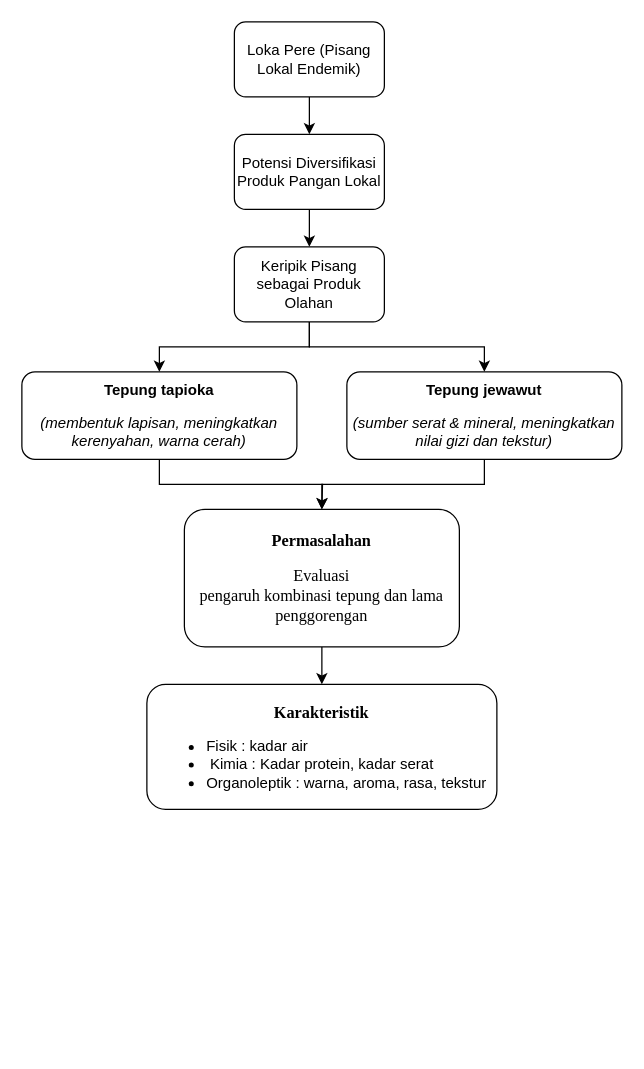
The draw.io diagram page "Page-3" (3 of 3) of Diagram Tanpa Judul.drawio in NayaRPL/bebas, before the edit. Source tidied: cells renumbered, new cells numbered last; positions are measured from the earlier drawing's top-left corner, leaving out a move shared by most shapes. Both pictures are drawn from the tidied source at 125%, with x=0, y=0 at pixel (21, 21).
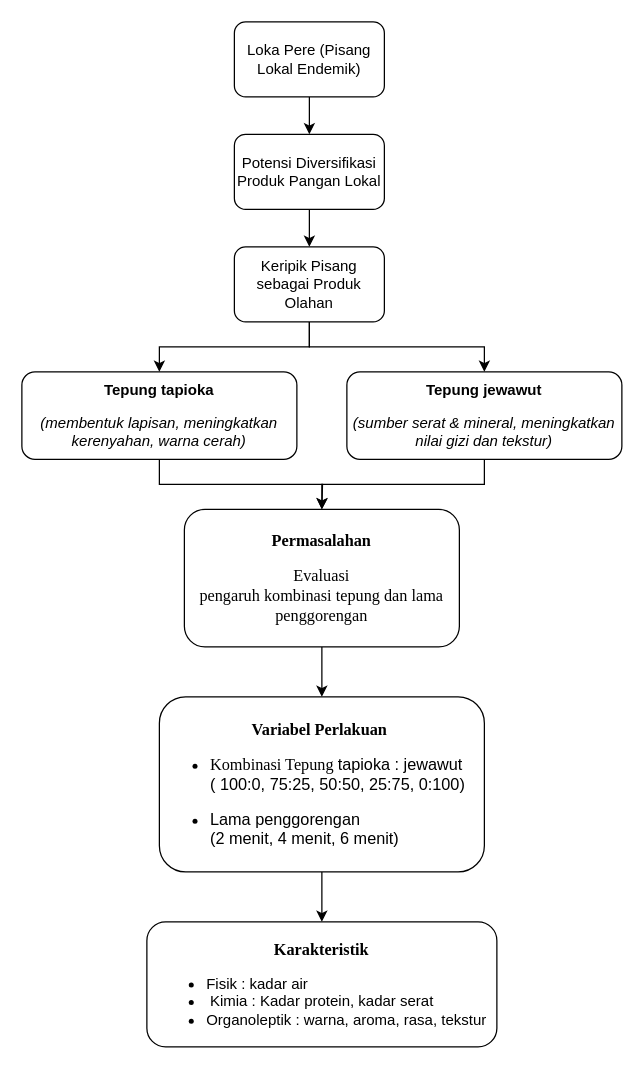
The same page after the edit.

Change to the diagram source:
```diff
@@
 <mxGraphModel>
   <root>
     <mxCell id="0" />
     <mxCell id="1" parent="0" />
     <mxCell id="2" style="edgeStyle=orthogonalEdgeStyle;rounded=0;jettySize=auto;html=1;exitX=0.5;exitY=1;exitDx=0;exitDy=0;entryX=0.5;entryY=0;entryDx=0;entryDy=0;" parent="1" edge="1" source="3" target="5">
       <mxGeometry relative="1" as="geometry" />
     </mxCell>
     <mxCell id="3" value="Loka Pere (Pisang Lokal Endemik)" style="rounded=1;whiteSpace=wrap;html=1;" parent="1" vertex="1">
       <mxGeometry x="170" width="120" height="60" as="geometry" />
     </mxCell>
     <mxCell id="4" style="edgeStyle=orthogonalEdgeStyle;rounded=0;jettySize=auto;html=1;exitX=0.5;exitY=1;exitDx=0;exitDy=0;entryX=0.5;entryY=0;entryDx=0;entryDy=0;" parent="1" edge="1" source="5" target="8">
       <mxGeometry relative="1" as="geometry" />
     </mxCell>
     <mxCell id="5" value="Potensi Diversifikasi Produk Pangan Lokal" style="rounded=1;whiteSpace=wrap;html=1;" parent="1" vertex="1">
       <mxGeometry x="170" y="90" width="120" height="60" as="geometry" />
     </mxCell>
     <mxCell id="6" style="edgeStyle=orthogonalEdgeStyle;rounded=0;jettySize=auto;html=1;exitX=0.5;exitY=1;exitDx=0;exitDy=0;" parent="1" edge="1" source="8" target="10">
       <mxGeometry relative="1" as="geometry" />
     </mxCell>
     <mxCell id="7" style="edgeStyle=orthogonalEdgeStyle;rounded=0;jettySize=auto;html=1;exitX=0.5;exitY=1;exitDx=0;exitDy=0;" parent="1" edge="1" source="8" target="14">
       <mxGeometry relative="1" as="geometry" />
     </mxCell>
     <mxCell id="8" value="&lt;p&gt;&lt;span&gt;Keripik Pisang sebagai Produk Olahan&lt;/span&gt;&lt;/p&gt;" style="rounded=1;whiteSpace=wrap;html=1;" parent="1" vertex="1">
       <mxGeometry x="170" y="180" width="120" height="60" as="geometry" />
     </mxCell>
     <mxCell id="9" style="edgeStyle=orthogonalEdgeStyle;rounded=0;jettySize=auto;html=1;exitX=0.5;exitY=1;exitDx=0;exitDy=0;" parent="1" edge="1" source="10">
       <mxGeometry relative="1" as="geometry">
         <mxPoint x="240" y="390" as="targetPoint" />
       </mxGeometry>
     </mxCell>
     <mxCell id="10" value="&lt;p&gt;&lt;b&gt;Tepung tapioka&lt;/b&gt;&lt;/p&gt;&lt;p&gt;&lt;em&gt;(membentuk lapisan, meningkatkan kerenyahan, warna cerah)&lt;/em&gt;&lt;/p&gt;" style="rounded=1;whiteSpace=wrap;html=1;" parent="1" vertex="1">
       <mxGeometry y="280" width="220" height="70" as="geometry" />
     </mxCell>
-    <mxCell id="11" style="edgeStyle=orthogonalEdgeStyle;rounded=0;jettySize=auto;html=1;exitX=0.5;exitY=1;exitDx=0;exitDy=0;entryX=0.5;entryY=0;entryDx=0;entryDy=0;" parent="1" edge="1" source="12" target="15">
-      <mxGeometry relative="1" as="geometry" />
-    </mxCell>
+    <mxCell id="16" style="edgeStyle=orthogonalEdgeStyle;rounded=0;jettySize=auto;html=1;exitX=0.5;exitY=1;exitDx=0;exitDy=0;entryX=0.5;entryY=0;entryDx=0;entryDy=0;" parent="1" edge="1" source="12" target="18">
+      <mxGeometry relative="1" as="geometry" />
+    </mxCell>
     <mxCell id="12" value="&lt;p class=&quot;MsoNormal&quot; align=&quot;center&quot; style=&quot;line-height: normal;&quot;&gt;&lt;span lang=&quot;IN&quot; style=&quot;font-family: &amp;quot;Times New Roman&amp;quot;, serif;&quot;&gt;&lt;font style=&quot;font-size: 13px;&quot;&gt;&lt;b&gt;Permasalahan&lt;/b&gt;&lt;/font&gt;&lt;/span&gt;&lt;/p&gt;&lt;p class=&quot;MsoNormal&quot; align=&quot;center&quot; style=&quot;line-height: normal;&quot;&gt;&lt;span lang=&quot;IN&quot; style=&quot;font-family: &amp;quot;Times New Roman&amp;quot;, serif;&quot;&gt;&lt;font style=&quot;font-size: 13px;&quot;&gt;Evaluasi&lt;br&gt;pengaruh kombinasi tepung dan lama penggorengan&lt;/font&gt;&lt;/span&gt;&lt;/p&gt;" style="rounded=1;whiteSpace=wrap;html=1;" parent="1" vertex="1">
       <mxGeometry x="130" y="390" width="220" height="110" as="geometry" />
     </mxCell>
     <mxCell id="13" style="edgeStyle=orthogonalEdgeStyle;rounded=0;jettySize=auto;html=1;exitX=0.5;exitY=1;exitDx=0;exitDy=0;entryX=0.5;entryY=0;entryDx=0;entryDy=0;" parent="1" edge="1" source="14" target="12">
       <mxGeometry relative="1" as="geometry" />
     </mxCell>
     <mxCell id="14" value="&lt;p&gt;&lt;b&gt;Tepung jewawut&lt;/b&gt;&lt;/p&gt;&lt;p&gt;&lt;em&gt;(sumber serat &amp;amp; mineral, meningkatkan nilai gizi dan tekstur)&lt;/em&gt;&lt;/p&gt;" style="rounded=1;whiteSpace=wrap;html=1;" parent="1" vertex="1">
       <mxGeometry x="260" y="280" width="220" height="70" as="geometry" />
     </mxCell>
     <mxCell id="15" value="&lt;p class=&quot;MsoNormal&quot; align=&quot;center&quot; style=&quot;line-height: normal;&quot;&gt;&lt;span lang=&quot;IN&quot; style=&quot;font-family: &amp;quot;Times New Roman&amp;quot;, serif;&quot;&gt;&lt;font style=&quot;font-size: 13px;&quot;&gt;&lt;b&gt;Karakteristik&lt;/b&gt;&lt;/font&gt;&lt;/span&gt;&lt;/p&gt;&lt;p class=&quot;MsoListParagraph&quot; style=&quot;margin-bottom:0cm;text-indent:-18.0pt;&amp;lt;br/&amp;gt;line-height:normal;mso-list:l0 level1 lfo1&quot;&gt;&lt;/p&gt;&lt;ul&gt;&lt;li style=&quot;text-align: left;&quot;&gt;&lt;span style=&quot;text-indent: -18pt; background-color: transparent; color: light-dark(rgb(0, 0, 0), rgb(255, 255, 255));&quot;&gt;Fisik : kadar air&lt;/span&gt;&lt;/li&gt;&lt;li style=&quot;text-align: left;&quot;&gt;&lt;span lang=&quot;IN&quot; style=&quot;text-indent: -18pt; background-color: transparent; color: light-dark(rgb(0, 0, 0), rgb(255, 255, 255)); font-family: Symbol;&quot;&gt;&lt;span style=&quot;font-variant-numeric: normal; font-variant-east-asian: normal; font-variant-alternates: normal; font-size-adjust: none; font-language-override: normal; font-kerning: auto; font-optical-sizing: auto; font-feature-settings: normal; font-variation-settings: normal; font-variant-position: normal; font-variant-emoji: normal; font-stretch: normal; line-height: normal; font-family: &amp;quot;Times New Roman&amp;quot;;&quot;&gt;&amp;nbsp;&lt;/span&gt;&lt;/span&gt;&lt;span lang=&quot;IN&quot; style=&quot;text-indent: -18pt; background-color: transparent; color: light-dark(rgb(0, 0, 0), rgb(255, 255, 255));&quot;&gt;Kimia : Kadar protein, kadar serat&lt;/span&gt;&lt;/li&gt;&lt;li style=&quot;text-align: left;&quot;&gt;&lt;span lang=&quot;IN&quot; style=&quot;text-indent: -18pt; background-color: transparent; color: light-dark(rgb(0, 0, 0), rgb(255, 255, 255));&quot;&gt;Organoleptik : warna, aroma, rasa, tekstur&lt;/span&gt;&lt;/li&gt;&lt;/ul&gt;&lt;p&gt;&lt;/p&gt;&lt;p class=&quot;MsoListParagraph&quot; style=&quot;margin-bottom:0cm;text-indent:-18.0pt;&amp;lt;br/&amp;gt;line-height:normal;mso-list:l0 level1 lfo1&quot;&gt;&lt;font&gt;&lt;span lang=&quot;IN&quot; style=&quot;&quot;&gt;&lt;/span&gt;&lt;/font&gt;&lt;/p&gt;&lt;p class=&quot;MsoListParagraph&quot; style=&quot;margin-bottom:0cm;text-indent:-18.0pt;&amp;lt;br/&amp;gt;line-height:normal;mso-list:l0 level1 lfo1&quot;&gt;&lt;font&gt;&lt;span lang=&quot;IN&quot; style=&quot;&quot;&gt;&lt;/span&gt;&lt;/font&gt;&lt;/p&gt;" style="rounded=1;whiteSpace=wrap;html=1;" parent="1" vertex="1">
-      <mxGeometry x="100" y="530" width="280" height="100" as="geometry" />
+      <mxGeometry x="100" y="720" width="280" height="100" as="geometry" />
     </mxCell>
+    <mxCell id="17" style="edgeStyle=orthogonalEdgeStyle;rounded=0;jettySize=auto;html=1;exitX=0.5;exitY=1;exitDx=0;exitDy=0;entryX=0.5;entryY=0;entryDx=0;entryDy=0;" parent="1" edge="1" source="18" target="15">
+      <mxGeometry relative="1" as="geometry" />
+    </mxCell>
+    <mxCell id="18" value="&lt;p class=&quot;MsoNormal&quot; align=&quot;center&quot; style=&quot;line-height: normal;&quot;&gt;&lt;font face=&quot;Times New Roman, serif&quot;&gt;&lt;span style=&quot;font-size: 13px;&quot;&gt;&lt;b&gt;Variabel Perlakuan&amp;nbsp;&lt;/b&gt;&lt;/span&gt;&lt;/font&gt;&lt;/p&gt;&lt;p class=&quot;MsoNormal&quot; align=&quot;center&quot; style=&quot;line-height: normal;&quot;&gt;&lt;/p&gt;&lt;ul&gt;&lt;li style=&quot;text-align: left;&quot;&gt;&lt;font style=&quot;font-size: 13px;&quot;&gt;&lt;font face=&quot;Times New Roman, serif&quot; style=&quot;&quot;&gt;Kombinasi Tepung&amp;nbsp;&lt;/font&gt;&lt;span style=&quot;background-color: transparent; color: light-dark(rgb(0, 0, 0), rgb(255, 255, 255));&quot;&gt;tapioka : jewawut (&amp;nbsp;&lt;/span&gt;&lt;/font&gt;&lt;span style=&quot;font-size: 13px;&quot;&gt;100:0, 75:25, 50:50, 25:75, 0:100)&lt;/span&gt;&lt;/li&gt;&lt;/ul&gt;&lt;p class=&quot;MsoNormal&quot; style=&quot;line-height: normal;&quot;&gt;&lt;/p&gt;&lt;ul&gt;&lt;li style=&quot;text-align: left;&quot;&gt;&lt;span style=&quot;background-color: transparent; color: light-dark(rgb(0, 0, 0), rgb(255, 255, 255));&quot;&gt;&lt;font style=&quot;font-size: 13px;&quot;&gt;Lama penggorengan&amp;nbsp; &amp;nbsp; &amp;nbsp; &amp;nbsp; &amp;nbsp; &amp;nbsp; &amp;nbsp; &amp;nbsp; &amp;nbsp; &amp;nbsp; &amp;nbsp; &amp;nbsp; &amp;nbsp; &amp;nbsp; (&lt;/font&gt;&lt;/span&gt;&lt;span style=&quot;font-size: 13px; text-align: center;&quot;&gt;2 menit, 4 menit, 6 menit)&lt;/span&gt;&lt;/li&gt;&lt;/ul&gt;" style="rounded=1;whiteSpace=wrap;html=1;" parent="1" vertex="1">
+      <mxGeometry x="110" y="540" width="260" height="140" as="geometry" />
+    </mxCell>
   </root>
 </mxGraphModel>
```
